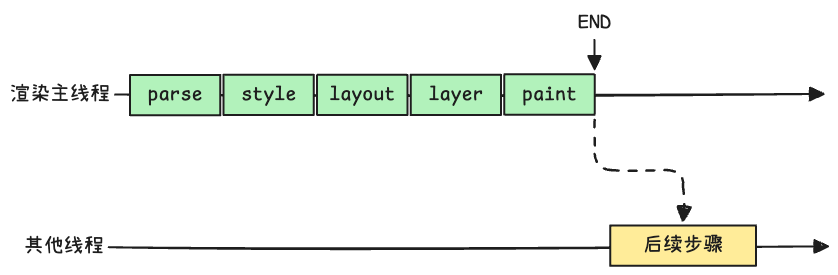
This is docs/browser/assets/render-thread.excalidraw.png from soppylzz/interview, a Excalidraw export, as it was before one commit. Source tidied: one line per element, renumbered; positions are measured from the earlier drawing's top-left corner, leaving out a move shared by most shapes. Its diagram source:
```json
{"id": 0, "type": "text", "text": "渲染主线程", "strokeColor": "#1e1e1e", "strokeWidth": 2, "roughness": 1, "fontSize": 20, "fontFamily": 5, "textAlign": "center", "x": 0, "y": 72, "width": 100, "height": 25}
{"id": 1, "type": "arrow", "strokeColor": "#1e1e1e", "strokeWidth": 2, "roughness": 1, "endArrowhead": "arrow", "x": 376, "y": 99, "width": 0, "height": 0, "points": [[0, 0], [0, 0]]}
{"id": 2, "type": "arrow", "strokeColor": "#1e1e1e", "strokeWidth": 2, "roughness": 1, "endArrowhead": "triangle", "from": 0, "x": 105, "y": 85, "width": 709, "height": 1, "points": [[0, 0], [709, -1]]}
{"id": 3, "type": "rectangle", "strokeColor": "#1e1e1e", "backgroundColor": "#b2f2bb", "fillStyle": "solid", "strokeWidth": 2, "roughness": 0, "x": 120, "y": 65, "width": 90, "height": 40}
{"id": 4, "type": "text", "text": "parse", "strokeColor": "#1e1e1e", "backgroundColor": "#b2f2bb", "fillStyle": "solid", "strokeWidth": 2, "roughness": 0, "fontSize": 20, "fontFamily": 8, "textAlign": "center", "verticalAlign": "middle", "inside": 3, "x": 138, "y": 73, "width": 55, "height": 25}
{"id": 5, "type": "rectangle", "strokeColor": "#1e1e1e", "backgroundColor": "#b2f2bb", "fillStyle": "solid", "strokeWidth": 2, "roughness": 0, "x": 214, "y": 65, "width": 90, "height": 40}
{"id": 6, "type": "text", "text": "style", "strokeColor": "#1e1e1e", "backgroundColor": "#b2f2bb", "fillStyle": "solid", "strokeWidth": 2, "roughness": 0, "fontSize": 20, "fontFamily": 8, "textAlign": "center", "verticalAlign": "middle", "inside": 5, "x": 231, "y": 72, "width": 55, "height": 25}
{"id": 7, "type": "rectangle", "strokeColor": "#1e1e1e", "backgroundColor": "#b2f2bb", "fillStyle": "solid", "strokeWidth": 2, "roughness": 0, "x": 307, "y": 65, "width": 90, "height": 40}
{"id": 8, "type": "text", "text": "layout", "strokeColor": "#1e1e1e", "backgroundColor": "#b2f2bb", "fillStyle": "solid", "strokeWidth": 2, "roughness": 0, "fontSize": 20, "fontFamily": 8, "textAlign": "center", "verticalAlign": "middle", "inside": 7, "x": 319, "y": 72, "width": 66, "height": 25}
{"id": 9, "type": "rectangle", "strokeColor": "#1e1e1e", "backgroundColor": "#b2f2bb", "fillStyle": "solid", "strokeWidth": 2, "roughness": 0, "x": 401, "y": 65, "width": 90, "height": 40}
{"id": 10, "type": "text", "text": "layer", "strokeColor": "#1e1e1e", "backgroundColor": "#b2f2bb", "fillStyle": "solid", "strokeWidth": 2, "roughness": 0, "fontSize": 20, "fontFamily": 8, "textAlign": "center", "verticalAlign": "middle", "inside": 9, "x": 418, "y": 72, "width": 55, "height": 25}
{"id": 11, "type": "rectangle", "strokeColor": "#1e1e1e", "backgroundColor": "#b2f2bb", "fillStyle": "solid", "strokeWidth": 2, "roughness": 0, "x": 494, "y": 64, "width": 90, "height": 40}
{"id": 12, "type": "text", "text": "paint", "strokeColor": "#1e1e1e", "backgroundColor": "#b2f2bb", "fillStyle": "solid", "strokeWidth": 2, "roughness": 0, "fontSize": 20, "fontFamily": 8, "textAlign": "center", "verticalAlign": "middle", "inside": 11, "x": 512, "y": 72, "width": 55, "height": 25}
{"id": 13, "type": "text", "text": "END", "strokeColor": "#1e1e1e", "backgroundColor": "#b2f2bb", "fillStyle": "solid", "strokeWidth": 2, "roughness": 0, "fontSize": 20, "fontFamily": 8, "x": 568, "y": 0, "width": 33, "height": 25}
{"id": 14, "type": "arrow", "strokeColor": "#1e1e1e", "backgroundColor": "#b2f2bb", "fillStyle": "solid", "strokeWidth": 2, "roughness": 0, "endArrowhead": "triangle", "from": 13, "to": 11, "x": 584, "y": 30, "width": 0, "height": 29, "points": [[0, 0], [0, 29]]}
{"id": 15, "type": "text", "text": "其他线程", "strokeColor": "#1e1e1e", "strokeWidth": 2, "roughness": 1, "fontSize": 20, "fontFamily": 5, "x": 14, "y": 225, "width": 80, "height": 25}
{"id": 16, "type": "arrow", "strokeColor": "#1e1e1e", "strokeWidth": 2, "roughness": 1, "endArrowhead": "triangle", "from": 15, "x": 99, "y": 237, "width": 719, "height": 1, "points": [[0, 0], [719, -1]]}
{"id": 17, "type": "rectangle", "strokeColor": "#1e1e1e", "backgroundColor": "#ffec99", "fillStyle": "solid", "strokeWidth": 2, "roughness": 0, "x": 600, "y": 215, "width": 146, "height": 40}
{"id": 18, "type": "text", "text": "后续步骤", "strokeColor": "#1e1e1e", "backgroundColor": "#b2f2bb", "fillStyle": "solid", "strokeWidth": 2, "roughness": 0, "fontSize": 20, "fontFamily": 5, "textAlign": "center", "verticalAlign": "middle", "inside": 17, "x": 633, "y": 223, "width": 80, "height": 25}
{"id": 19, "type": "arrow", "strokeColor": "#1e1e1e", "backgroundColor": "#ffec99", "fillStyle": "solid", "strokeWidth": 2, "strokeStyle": "dashed", "roughness": 1, "endArrowhead": "triangle", "from": 11, "to": 17, "x": 585, "y": 110, "width": 88, "height": 101, "points": [[0, 0], [0, 50], [88, 50], [88, 101]]}
```
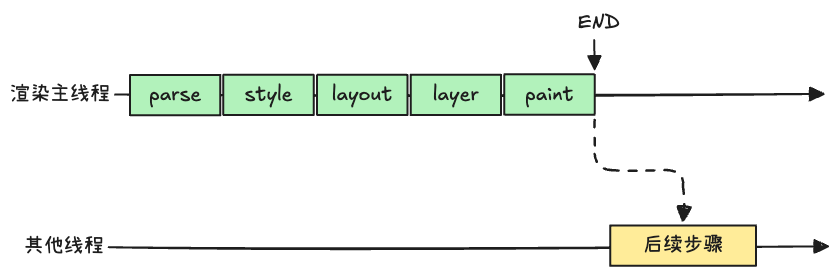
The same file after the commit.

What changed in the source:
```diff
@@ -2,16 +2,16 @@
 {"id": 1, "type": "arrow", "strokeColor": "#1e1e1e", "strokeWidth": 2, "roughness": 1, "endArrowhead": "arrow", "x": 376, "y": 99, "width": 0, "height": 0, "points": [[0, 0], [0, 0]]}
 {"id": 2, "type": "arrow", "strokeColor": "#1e1e1e", "strokeWidth": 2, "roughness": 1, "endArrowhead": "triangle", "from": 0, "x": 105, "y": 85, "width": 709, "height": 1, "points": [[0, 0], [709, -1]]}
 {"id": 3, "type": "rectangle", "strokeColor": "#1e1e1e", "backgroundColor": "#b2f2bb", "fillStyle": "solid", "strokeWidth": 2, "roughness": 0, "x": 120, "y": 65, "width": 90, "height": 40}
-{"id": 4, "type": "text", "text": "parse", "strokeColor": "#1e1e1e", "backgroundColor": "#b2f2bb", "fillStyle": "solid", "strokeWidth": 2, "roughness": 0, "fontSize": 20, "fontFamily": 8, "textAlign": "center", "verticalAlign": "middle", "inside": 3, "x": 138, "y": 73, "width": 55, "height": 25}
+{"id": 4, "type": "text", "text": "parse", "strokeColor": "#1e1e1e", "backgroundColor": "#b2f2bb", "fillStyle": "solid", "strokeWidth": 2, "roughness": 0, "fontSize": 20, "fontFamily": 5, "textAlign": "center", "verticalAlign": "middle", "inside": 3, "x": 139, "y": 73, "width": 52, "height": 25}
-{"id": 5, "type": "rectangle", "strokeColor": "#1e1e1e", "backgroundColor": "#b2f2bb", "fillStyle": "solid", "strokeWidth": 2, "roughness": 0, "x": 214, "y": 65, "width": 90, "height": 40}
+{"id": 5, "type": "rectangle", "strokeColor": "#1e1e1e", "backgroundColor": "#b2f2bb", "fillStyle": "solid", "strokeWidth": 2, "roughness": 0, "x": 213, "y": 65, "width": 90, "height": 40}
-{"id": 6, "type": "text", "text": "style", "strokeColor": "#1e1e1e", "backgroundColor": "#b2f2bb", "fillStyle": "solid", "strokeWidth": 2, "roughness": 0, "fontSize": 20, "fontFamily": 8, "textAlign": "center", "verticalAlign": "middle", "inside": 5, "x": 231, "y": 72, "width": 55, "height": 25}
+{"id": 6, "type": "text", "text": "style", "strokeColor": "#1e1e1e", "backgroundColor": "#b2f2bb", "fillStyle": "solid", "strokeWidth": 2, "roughness": 0, "fontSize": 20, "fontFamily": 5, "textAlign": "center", "verticalAlign": "middle", "inside": 5, "x": 235, "y": 72, "width": 48, "height": 25}
 {"id": 7, "type": "rectangle", "strokeColor": "#1e1e1e", "backgroundColor": "#b2f2bb", "fillStyle": "solid", "strokeWidth": 2, "roughness": 0, "x": 307, "y": 65, "width": 90, "height": 40}
-{"id": 8, "type": "text", "text": "layout", "strokeColor": "#1e1e1e", "backgroundColor": "#b2f2bb", "fillStyle": "solid", "strokeWidth": 2, "roughness": 0, "fontSize": 20, "fontFamily": 8, "textAlign": "center", "verticalAlign": "middle", "inside": 7, "x": 319, "y": 72, "width": 66, "height": 25}
+{"id": 8, "type": "text", "text": "layout", "strokeColor": "#1e1e1e", "backgroundColor": "#b2f2bb", "fillStyle": "solid", "strokeWidth": 2, "roughness": 0, "fontSize": 20, "fontFamily": 5, "textAlign": "center", "verticalAlign": "middle", "inside": 7, "x": 322, "y": 72, "width": 61, "height": 25}
 {"id": 9, "type": "rectangle", "strokeColor": "#1e1e1e", "backgroundColor": "#b2f2bb", "fillStyle": "solid", "strokeWidth": 2, "roughness": 0, "x": 401, "y": 65, "width": 90, "height": 40}
-{"id": 10, "type": "text", "text": "layer", "strokeColor": "#1e1e1e", "backgroundColor": "#b2f2bb", "fillStyle": "solid", "strokeWidth": 2, "roughness": 0, "fontSize": 20, "fontFamily": 8, "textAlign": "center", "verticalAlign": "middle", "inside": 9, "x": 418, "y": 72, "width": 55, "height": 25}
+{"id": 10, "type": "text", "text": "layer", "strokeColor": "#1e1e1e", "backgroundColor": "#b2f2bb", "fillStyle": "solid", "strokeWidth": 2, "roughness": 0, "fontSize": 20, "fontFamily": 5, "textAlign": "center", "verticalAlign": "middle", "inside": 9, "x": 423, "y": 72, "width": 46, "height": 25}
 {"id": 11, "type": "rectangle", "strokeColor": "#1e1e1e", "backgroundColor": "#b2f2bb", "fillStyle": "solid", "strokeWidth": 2, "roughness": 0, "x": 494, "y": 64, "width": 90, "height": 40}
-{"id": 12, "type": "text", "text": "paint", "strokeColor": "#1e1e1e", "backgroundColor": "#b2f2bb", "fillStyle": "solid", "strokeWidth": 2, "roughness": 0, "fontSize": 20, "fontFamily": 8, "textAlign": "center", "verticalAlign": "middle", "inside": 11, "x": 512, "y": 72, "width": 55, "height": 25}
+{"id": 12, "type": "text", "text": "paint", "strokeColor": "#1e1e1e", "backgroundColor": "#b2f2bb", "fillStyle": "solid", "strokeWidth": 2, "roughness": 0, "fontSize": 20, "fontFamily": 5, "textAlign": "center", "verticalAlign": "middle", "inside": 11, "x": 515, "y": 72, "width": 49, "height": 25}
-{"id": 13, "type": "text", "text": "END", "strokeColor": "#1e1e1e", "backgroundColor": "#b2f2bb", "fillStyle": "solid", "strokeWidth": 2, "roughness": 0, "fontSize": 20, "fontFamily": 8, "x": 568, "y": 0, "width": 33, "height": 25}
+{"id": 13, "type": "text", "text": "END", "strokeColor": "#1e1e1e", "backgroundColor": "#b2f2bb", "fillStyle": "solid", "strokeWidth": 2, "roughness": 0, "fontSize": 20, "fontFamily": 5, "x": 568, "y": 0, "width": 42, "height": 25}
 {"id": 14, "type": "arrow", "strokeColor": "#1e1e1e", "backgroundColor": "#b2f2bb", "fillStyle": "solid", "strokeWidth": 2, "roughness": 0, "endArrowhead": "triangle", "from": 13, "to": 11, "x": 584, "y": 30, "width": 0, "height": 29, "points": [[0, 0], [0, 29]]}
 {"id": 15, "type": "text", "text": "其他线程", "strokeColor": "#1e1e1e", "strokeWidth": 2, "roughness": 1, "fontSize": 20, "fontFamily": 5, "x": 14, "y": 225, "width": 80, "height": 25}
 {"id": 16, "type": "arrow", "strokeColor": "#1e1e1e", "strokeWidth": 2, "roughness": 1, "endArrowhead": "triangle", "from": 15, "x": 99, "y": 237, "width": 719, "height": 1, "points": [[0, 0], [719, -1]]}
```
